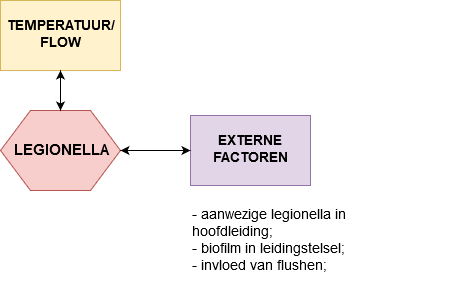
This is legionella.png from esquire900/team-water, a draw.io export, as it was before one commit. Source tidied: cells renumbered, new cells last; positions are measured from the earlier drawing's top-left corner, leaving out a move shared by most shapes.
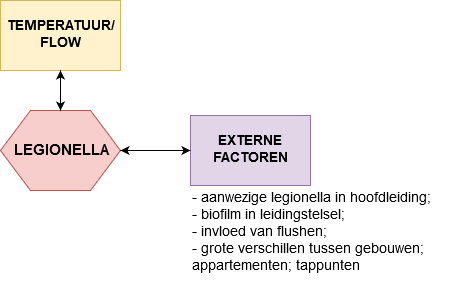
After the change.

The edit, as a diff of the source:
```diff
@@ -11,7 +11,7 @@
     <mxCell id="4" value="EXTERNE FACTOREN" style="rounded=0;whiteSpace=wrap;html=1;fontStyle=1;fontSize=14;fillColor=#e1d5e7;strokeColor=#9673a6;" parent="1" vertex="1">
       <mxGeometry x="190" y="115" width="120" height="70" as="geometry" />
     </mxCell>
-    <mxCell id="5" value="&lt;p style=&quot;line-height: 40%&quot;&gt;&lt;/p&gt;&lt;div&gt;- aanwezige legionella in hoofdleiding;&lt;br&gt;&lt;/div&gt;&lt;div&gt;- biofilm in leidingstelsel;&lt;/div&gt;&lt;div&gt;- invloed van flushen;&lt;/div&gt;&lt;div&gt;&lt;br&gt;&lt;/div&gt;&lt;p&gt;&lt;/p&gt;" style="text;html=1;strokeColor=none;fillColor=none;align=left;verticalAlign=middle;whiteSpace=wrap;rounded=0;fontSize=14;" parent="1" vertex="1">
+    <mxCell id="5" value="&lt;p style=&quot;line-height: 40%&quot;&gt;&lt;/p&gt;&lt;div&gt;- aanwezige legionella in hoofdleiding;&lt;br&gt;&lt;/div&gt;&lt;div&gt;- biofilm in leidingstelsel;&lt;/div&gt;&lt;div&gt;- invloed van flushen;&lt;/div&gt;&lt;div&gt;- grote verschillen tussen gebouwen; appartementen; tappunten&lt;br&gt;&lt;/div&gt;&lt;div&gt;&lt;br&gt;&lt;/div&gt;&lt;p&gt;&lt;/p&gt;" style="text;html=1;strokeColor=none;fillColor=none;align=left;verticalAlign=middle;whiteSpace=wrap;rounded=0;fontSize=14;" parent="1" vertex="1">
       <mxGeometry x="190" y="200" width="260" height="80" as="geometry" />
     </mxCell>
     <mxCell id="6" style="endArrow=classic;startArrow=classic;html=1;fontSize=14;entryX=0.5;entryY=1;entryDx=0;entryDy=0;exitX=0.5;exitY=0;exitDx=0;exitDy=0;" parent="1" edge="1" source="2" target="3">
```
